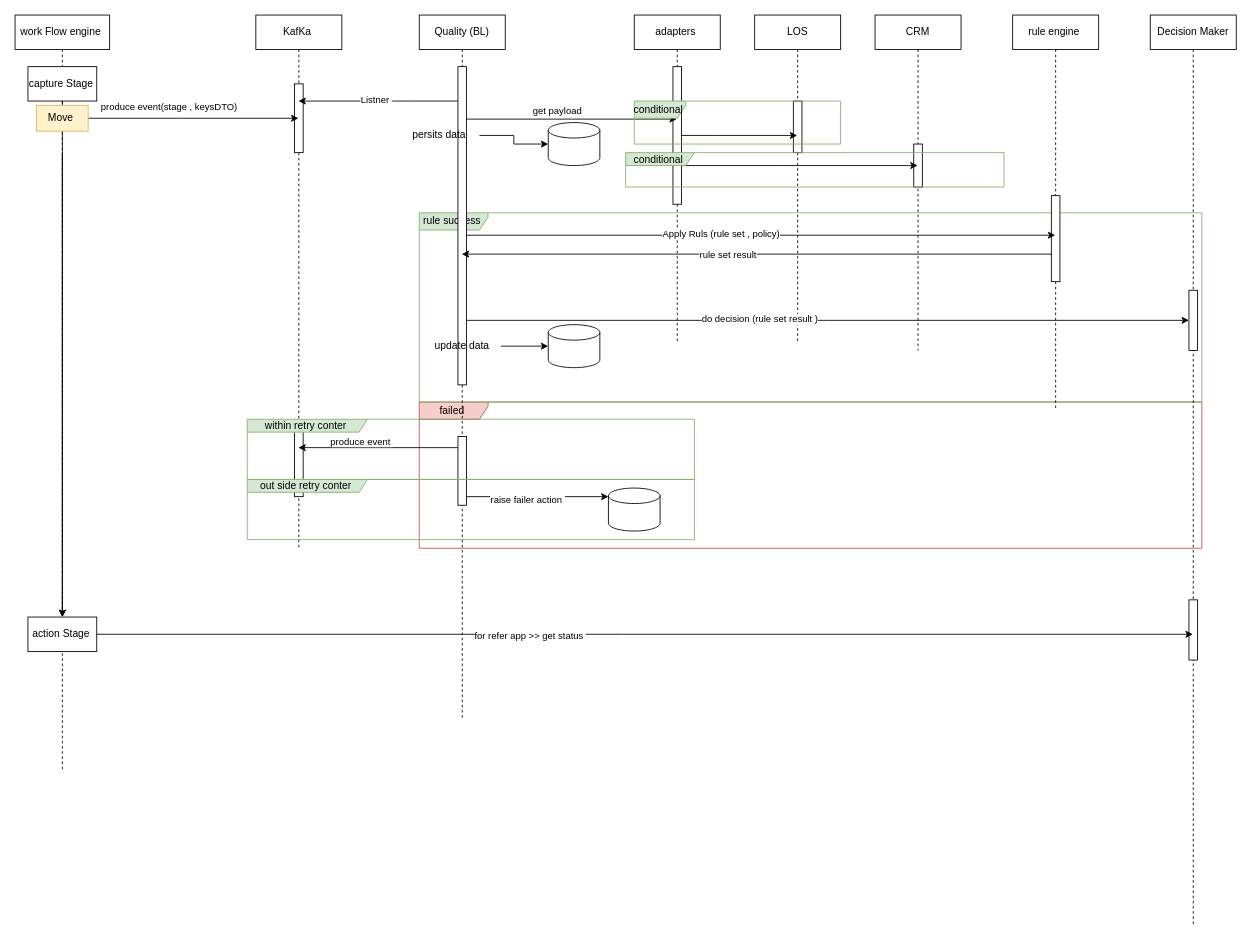
Before: page "seq" (9 of 9) of Migration[1].drawio in MHosnii/DrawIo, a draw.io diagram. Source tidied: cells renumbered, new cells numbered last; positions are measured from the earlier drawing's top-left corner, leaving out a move shared by most shapes. Both pictures are drawn from the tidied source at 86%, with x=0, y=0 at pixel (15, 15).
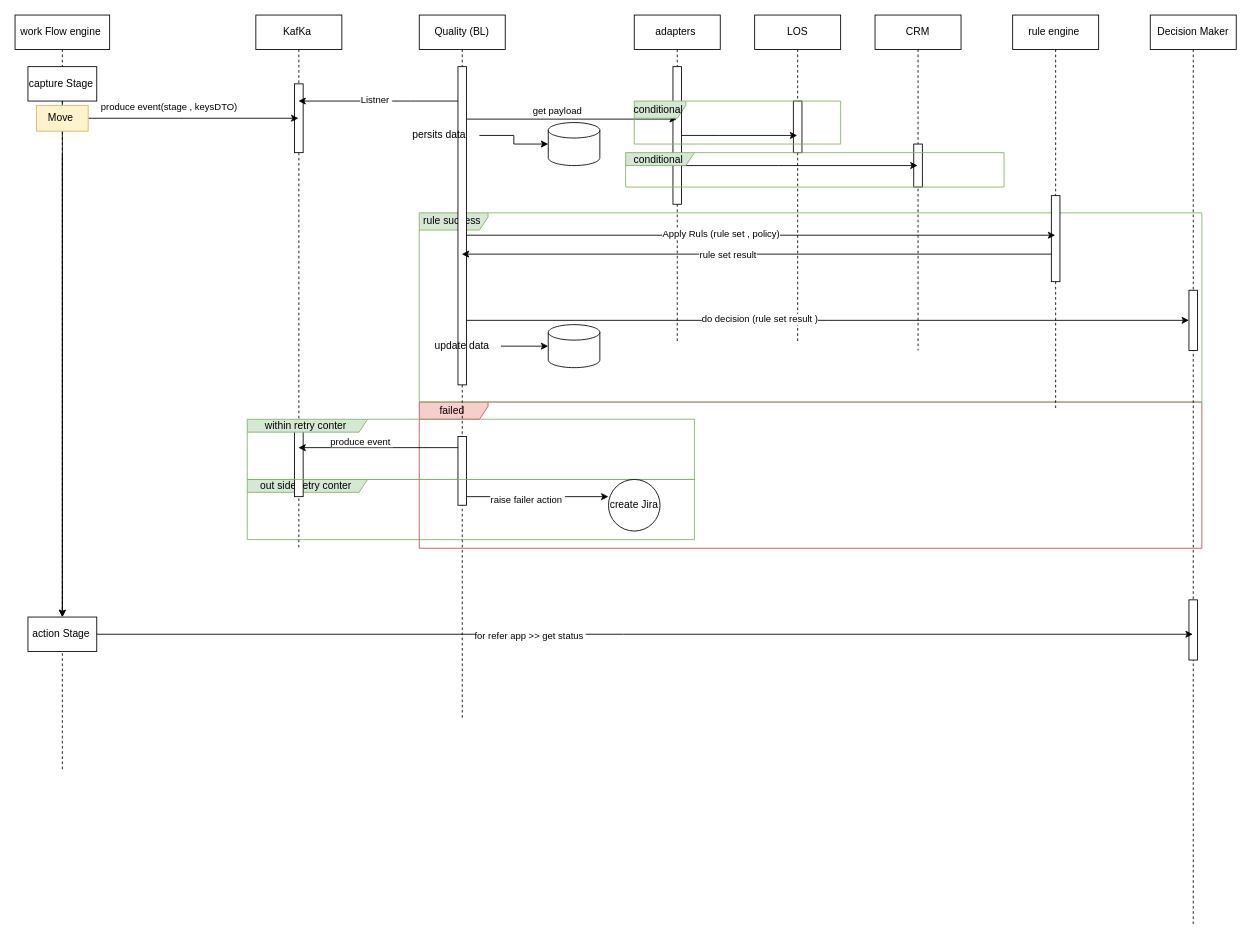
After the change.

The change refers to these unchanged cells:
```xml
<mxCell id="13" style="html=1;points=[];perimeter=orthogonalPerimeter;outlineConnect=0;targetShapes=umlLifeline;portConstraint=eastwest;newEdgeStyle={&quot;edgeStyle&quot;:&quot;elbowEdgeStyle&quot;,&quot;elbow&quot;:&quot;vertical&quot;,&quot;curved&quot;:0,&quot;rounded&quot;:0};" parent="11" vertex="1">
  <mxGeometry x="45" y="490" width="10" height="80" as="geometry" />
</mxCell>
```

Change to the diagram source:
```diff
@@
+    <mxCell id="56" value="out side retry conter&amp;nbsp;" style="shape=umlFrame;whiteSpace=wrap;html=1;width=140;height=15;fillColor=#d5e8d4;strokeColor=#82b366;" parent="1" vertex="1">
+      <mxGeometry x="270" y="540" width="520" height="70" as="geometry" />
+    </mxCell>
@@
-    <mxCell id="53" style="edgeStyle=elbowEdgeStyle;rounded=0;jettySize=auto;html=1;elbow=vertical;curved=0;" parent="1" edge="1" source="13" target="55">
-      <mxGeometry relative="1" as="geometry" />
+    <mxCell id="53" style="edgeStyle=elbowEdgeStyle;rounded=0;jettySize=auto;html=1;elbow=vertical;curved=0;" parent="1" edge="1" source="13">
+      <mxGeometry relative="1" as="geometry">
+        <mxPoint x="690" y="560.3" as="targetPoint" />
+      </mxGeometry>
     </mxCell>
@@
-    <mxCell id="55" style="shape=cylinder3;whiteSpace=wrap;html=1;boundedLbl=1;backgroundOutline=1;size=9;" parent="1" vertex="1">
-      <mxGeometry x="690" y="550" width="60" height="50" as="geometry" />
-    </mxCell>
-    <mxCell id="56" value="out side retry conter&amp;nbsp;" style="shape=umlFrame;whiteSpace=wrap;html=1;width=140;height=15;fillColor=#d5e8d4;strokeColor=#82b366;" parent="1" vertex="1">
-      <mxGeometry x="270" y="540" width="520" height="70" as="geometry" />
-    </mxCell>
@@
+    <mxCell id="59" value="create Jira" style="ellipse;whiteSpace=wrap;html=1;" parent="1" vertex="1">
+      <mxGeometry x="690" y="540" width="60" height="60" as="geometry" />
+    </mxCell>
```
